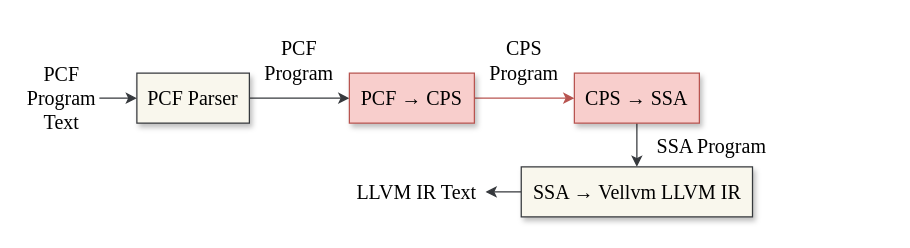
ABigDoge/MyDiagrams keeps this draw.io diagram as tase23/overview.drawio. Above is the earlier version. Source tidied: cells renumbered, new cells numbered last; positions are measured from the earlier drawing's top-left corner, leaving out a move shared by most shapes. Both pictures are drawn from the tidied source at 125%, with x=0, y=0 at pixel (24, 41).
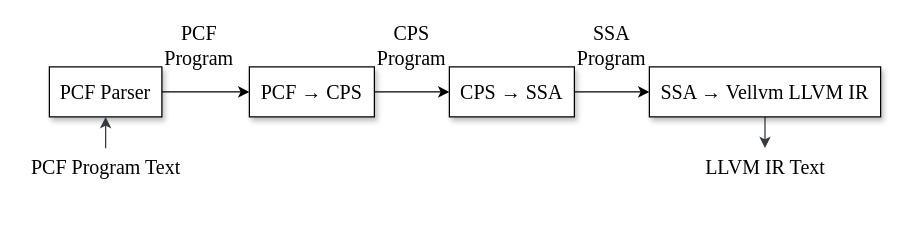
After the change.

Change to the diagram source:
```diff
@@
 <mxGraphModel>
   <root>
     <mxCell id="0" />
     <mxCell id="1" parent="0" />
-    <mxCell id="2" style="edgeStyle=orthogonalEdgeStyle;rounded=0;jettySize=auto;html=1;fontFamily=Times New Roman;fontSize=16;fontColor=#000000;fillColor=#f9f7ed;strokeColor=#36393d;" parent="1" edge="1" source="3" target="5">
+    <mxCell id="2" style="edgeStyle=orthogonalEdgeStyle;rounded=0;jettySize=auto;html=1;fontFamily=Times New Roman;fontSize=16;fontColor=#000000;" parent="1" edge="1" source="3" target="5">
       <mxGeometry relative="1" as="geometry" />
     </mxCell>
-    <mxCell id="3" value="PCF Parser" style="rounded=0;whiteSpace=wrap;html=1;labelBackgroundColor=none;fontFamily=Times New Roman;fontSize=16;shadow=1;fillColor=#f9f7ed;strokeColor=#36393d;" parent="1" vertex="1">
-      <mxGeometry x="90" y="25" width="90" height="40" as="geometry" />
+    <mxCell id="3" value="PCF Parser" style="rounded=0;whiteSpace=wrap;html=1;labelBackgroundColor=none;fontFamily=Times New Roman;fontSize=16;shadow=1;" parent="1" vertex="1">
+      <mxGeometry x="20" y="20" width="90" height="40" as="geometry" />
     </mxCell>
-    <mxCell id="4" style="edgeStyle=orthogonalEdgeStyle;rounded=0;jettySize=auto;html=1;fontFamily=Times New Roman;fontSize=16;fontColor=#000000;fillColor=#f8cecc;strokeColor=#b85450;" parent="1" edge="1" source="5" target="7">
+    <mxCell id="4" style="edgeStyle=orthogonalEdgeStyle;rounded=0;jettySize=auto;html=1;fontFamily=Times New Roman;fontSize=16;fontColor=#000000;" parent="1" edge="1" source="5" target="7">
       <mxGeometry relative="1" as="geometry" />
     </mxCell>
-    <mxCell id="5" value="PCF&amp;nbsp;→ CPS" style="rounded=0;whiteSpace=wrap;html=1;labelBackgroundColor=none;fontFamily=Times New Roman;fontSize=16;shadow=1;fillColor=#f8cecc;strokeColor=#b85450;" parent="1" vertex="1">
-      <mxGeometry x="260" y="25" width="100" height="40" as="geometry" />
+    <mxCell id="5" value="PCF&amp;nbsp;→ CPS" style="rounded=0;whiteSpace=wrap;html=1;labelBackgroundColor=none;fontFamily=Times New Roman;fontSize=16;shadow=1;" parent="1" vertex="1">
+      <mxGeometry x="180" y="20" width="100" height="40" as="geometry" />
     </mxCell>
-    <mxCell id="6" style="edgeStyle=orthogonalEdgeStyle;rounded=0;jettySize=auto;html=1;fontFamily=Times New Roman;fontSize=16;fontColor=#000000;fillColor=#f9f7ed;strokeColor=#36393d;" parent="1" edge="1" source="7" target="9">
+    <mxCell id="6" style="edgeStyle=orthogonalEdgeStyle;rounded=0;jettySize=auto;html=1;fontFamily=Times New Roman;fontSize=16;fontColor=#000000;" parent="1" edge="1" source="7" target="9">
       <mxGeometry relative="1" as="geometry" />
     </mxCell>
-    <mxCell id="7" value="CPS → SSA" style="rounded=0;whiteSpace=wrap;html=1;labelBackgroundColor=none;fontFamily=Times New Roman;fontSize=16;shadow=1;fillColor=#f8cecc;strokeColor=#b85450;" parent="1" vertex="1">
-      <mxGeometry x="440" y="25" width="100" height="40" as="geometry" />
+    <mxCell id="7" value="CPS → SSA" style="rounded=0;whiteSpace=wrap;html=1;labelBackgroundColor=none;fontFamily=Times New Roman;fontSize=16;shadow=1;" parent="1" vertex="1">
+      <mxGeometry x="340" y="20" width="100" height="40" as="geometry" />
     </mxCell>
     <mxCell id="8" style="edgeStyle=orthogonalEdgeStyle;rounded=0;jettySize=auto;html=1;fillColor=#f9f7ed;strokeColor=#36393d;" parent="1" edge="1" source="9" target="12">
       <mxGeometry relative="1" as="geometry" />
     </mxCell>
-    <mxCell id="9" value="SSA → Vellvm LLVM IR" style="rounded=0;whiteSpace=wrap;html=1;labelBackgroundColor=none;fontFamily=Times New Roman;fontSize=16;shadow=1;fillColor=#f9f7ed;strokeColor=#36393d;" parent="1" vertex="1">
-      <mxGeometry x="397.5" y="100" width="185" height="40" as="geometry" />
+    <mxCell id="9" value="SSA → Vellvm LLVM IR" style="rounded=0;whiteSpace=wrap;html=1;labelBackgroundColor=none;fontFamily=Times New Roman;fontSize=16;shadow=1;" parent="1" vertex="1">
+      <mxGeometry x="500" y="20" width="185" height="40" as="geometry" />
     </mxCell>
     <mxCell id="10" style="edgeStyle=orthogonalEdgeStyle;rounded=0;jettySize=auto;html=1;fontFamily=Times New Roman;fontSize=16;fontColor=#000000;fillColor=#f9f7ed;strokeColor=#36393d;" parent="1" edge="1" source="11" target="3">
       <mxGeometry relative="1" as="geometry" />
     </mxCell>
     <mxCell id="11" value="PCF Program Text" style="text;html=1;strokeColor=none;fillColor=none;align=center;verticalAlign=middle;whiteSpace=wrap;rounded=0;fontSize=16;fontFamily=Times New Roman;fontColor=#000000;" parent="1" vertex="1">
-      <mxGeometry y="30" width="60" height="30" as="geometry" />
+      <mxGeometry x="-2.5" y="85" width="135" height="30" as="geometry" />
     </mxCell>
     <mxCell id="12" value="LLVM IR Text" style="text;html=1;strokeColor=none;fillColor=none;align=center;verticalAlign=middle;whiteSpace=wrap;rounded=0;fontSize=16;fontFamily=Times New Roman;fontColor=#000000;" parent="1" vertex="1">
-      <mxGeometry x="259" y="105" width="110" height="30" as="geometry" />
+      <mxGeometry x="537.5" y="85" width="110" height="30" as="geometry" />
     </mxCell>
     <mxCell id="13" value="PCF Program" style="text;html=1;strokeColor=none;fillColor=none;align=center;verticalAlign=middle;whiteSpace=wrap;rounded=0;fontSize=16;fontFamily=Times New Roman;fontColor=#000000;" parent="1" vertex="1">
-      <mxGeometry x="190" width="60" height="30" as="geometry" />
+      <mxGeometry x="110" y="-12.5" width="60" height="30" as="geometry" />
     </mxCell>
     <mxCell id="14" value="CPS Program" style="text;html=1;strokeColor=none;fillColor=none;align=center;verticalAlign=middle;whiteSpace=wrap;rounded=0;fontSize=16;fontFamily=Times New Roman;fontColor=#000000;" parent="1" vertex="1">
-      <mxGeometry x="370" y="7.5" width="60" height="15" as="geometry" />
+      <mxGeometry x="280" y="-5" width="60" height="15" as="geometry" />
     </mxCell>
-    <mxCell id="15" value="SSA Program" style="text;html=1;strokeColor=none;fillColor=none;align=center;verticalAlign=middle;whiteSpace=wrap;rounded=0;fontSize=16;fontFamily=Times New Roman;fontColor=#000000;" parent="1" vertex="1">
-      <mxGeometry x="500" y="75" width="100" height="15" as="geometry" />
+    <mxCell id="15" value="SSA &lt;br&gt;Program" style="text;html=1;strokeColor=none;fillColor=none;align=center;verticalAlign=middle;whiteSpace=wrap;rounded=0;fontSize=16;fontFamily=Times New Roman;fontColor=#000000;" parent="1" vertex="1">
+      <mxGeometry x="420" y="-5" width="100" height="15" as="geometry" />
     </mxCell>
   </root>
 </mxGraphModel>
```
